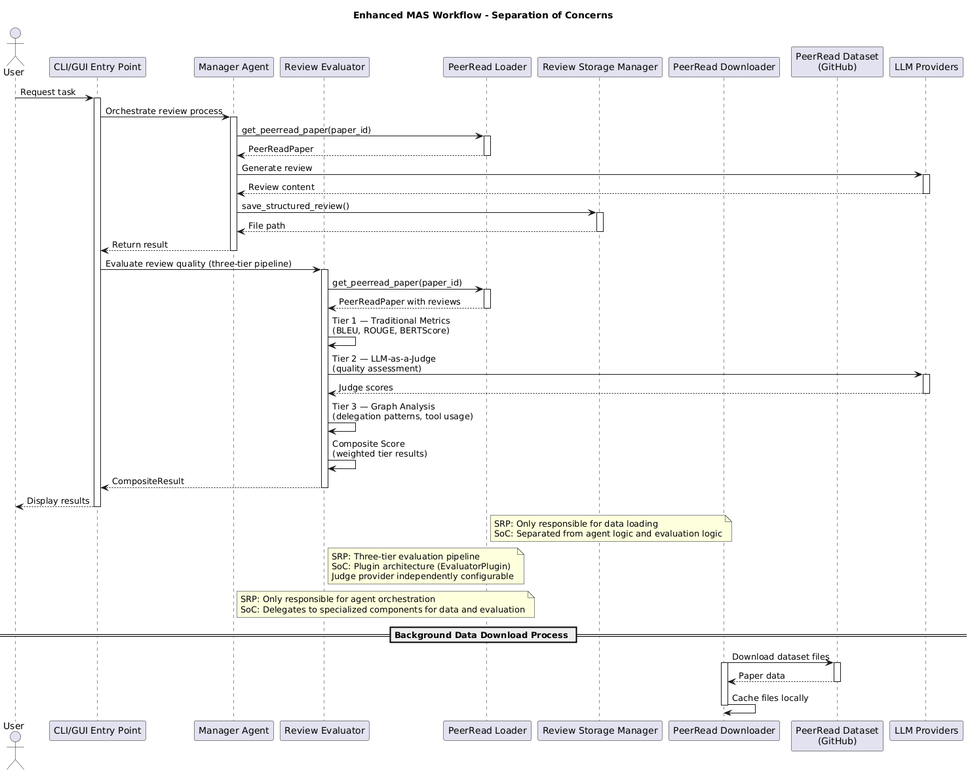
Above: assets/images/mas-enhanced-workflow-dark.png in qte77/Agents-eval (PlantUML), before the change.
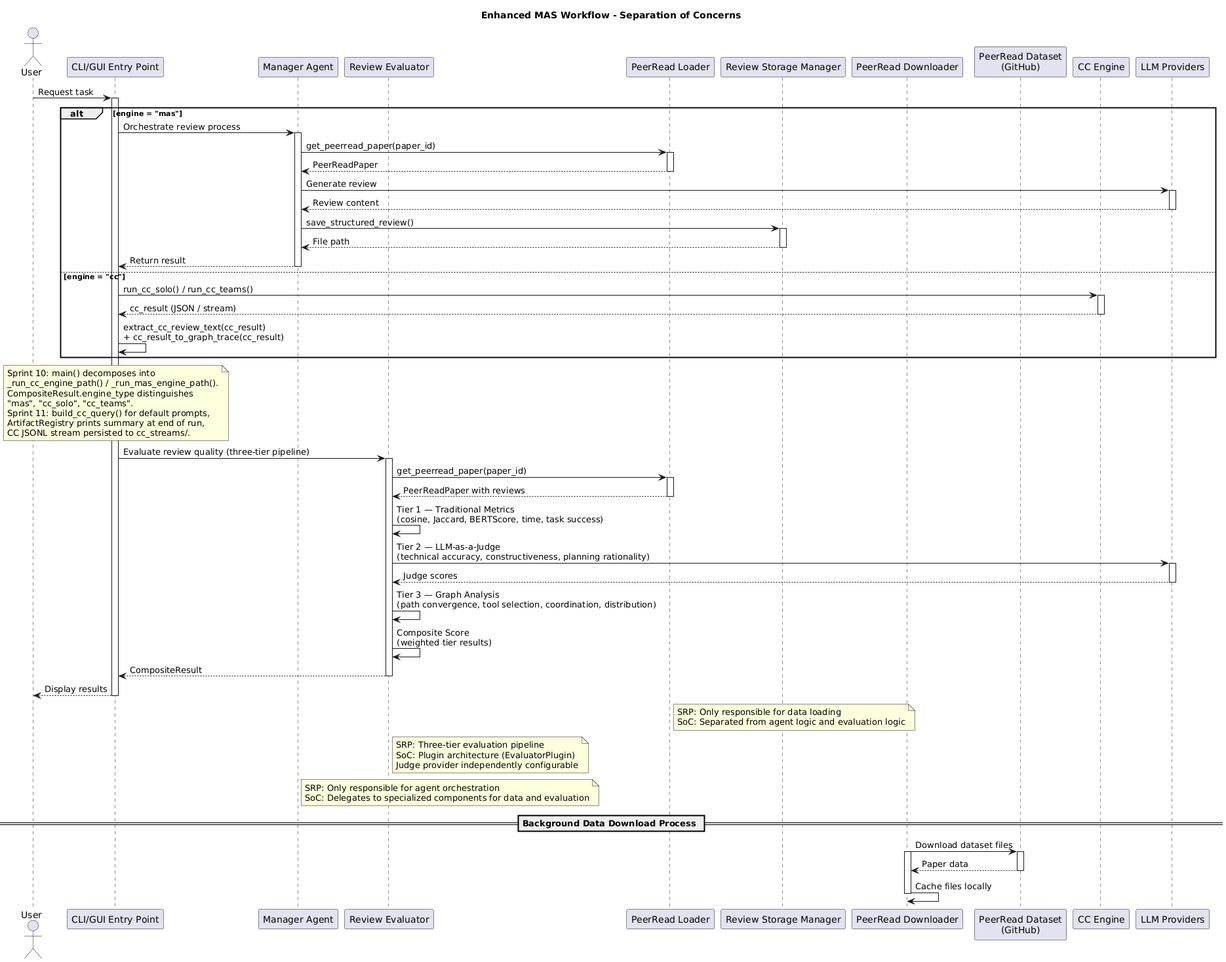
Later version of the same file.

Change to the diagram source:
```diff
@@ -9,31 +9,54 @@
 participant "Review Storage Manager" as Storage
 participant "PeerRead Downloader" as Downloader
 participant "PeerRead Dataset\n(GitHub)" as ExternalDataset
+participant "CC Engine" as CCEngine
 participant "LLM Providers" as LLM
 
 User -> MainApp: Request task
 activate MainApp
 
-MainApp -> Manager: Orchestrate review process
-activate Manager
+alt engine = "mas"
 
-Manager -> Loader: get_peerread_paper(paper_id)
-activate Loader
-Loader --> Manager: PeerReadPaper
-deactivate Loader
+    MainApp -> Manager: Orchestrate review process
+    activate Manager
 
-Manager -> LLM: Generate review
-activate LLM
-LLM --> Manager: Review content
-deactivate LLM
+    Manager -> Loader: get_peerread_paper(paper_id)
+    activate Loader
+    Loader --> Manager: PeerReadPaper
+    deactivate Loader
 
-Manager -> Storage: save_structured_review()
-activate Storage
-Storage --> Manager: File path
-deactivate Storage
+    Manager -> LLM: Generate review
+    activate LLM
+    LLM --> Manager: Review content
+    deactivate LLM
 
-Manager --> MainApp: Return result
-deactivate Manager
+    Manager -> Storage: save_structured_review()
+    activate Storage
+    Storage --> Manager: File path
+    deactivate Storage
+
+    Manager --> MainApp: Return result
+    deactivate Manager
+
+else engine = "cc"
+
+    MainApp -> CCEngine: run_cc_solo() / run_cc_teams()
+    activate CCEngine
+    CCEngine --> MainApp: cc_result (JSON / stream)
+    deactivate CCEngine
+    MainApp -> MainApp: extract_cc_review_text(cc_result)\n+ cc_result_to_graph_trace(cc_result)
+
+end
+
+note over MainApp
+  Sprint 10: main() decomposes into
+  _run_cc_engine_path() / _run_mas_engine_path().
+  CompositeResult.engine_type distinguishes
+  "mas", "cc_solo", "cc_teams".
+  Sprint 11: build_cc_query() for default prompts,
+  ArtifactRegistry prints summary at end of run,
+  CC JSONL stream persisted to cc_streams/.
+end note
 
 MainApp -> Evaluator: Evaluate review quality (three-tier pipeline)
 activate Evaluator
@@ -43,12 +66,12 @@
 Loader --> Evaluator: PeerReadPaper with reviews
 deactivate Loader
 
-Evaluator -> Evaluator: Tier 1 — Traditional Metrics\n(BLEU, ROUGE, BERTScore)
-Evaluator -> LLM: Tier 2 — LLM-as-a-Judge\n(quality assessment)
+Evaluator -> Evaluator: Tier 1 — Traditional Metrics\n(cosine, Jaccard, BERTScore, time, task success)
+Evaluator -> LLM: Tier 2 — LLM-as-a-Judge\n(technical accuracy, constructiveness, planning rationality)
 activate LLM
 LLM --> Evaluator: Judge scores
 deactivate LLM
-Evaluator -> Evaluator: Tier 3 — Graph Analysis\n(delegation patterns, tool usage)
+Evaluator -> Evaluator: Tier 3 — Graph Analysis\n(path convergence, tool selection, coordination, distribution)
 Evaluator -> Evaluator: Composite Score\n(weighted tier results)
 
 Evaluator --> MainApp: CompositeResult
```
